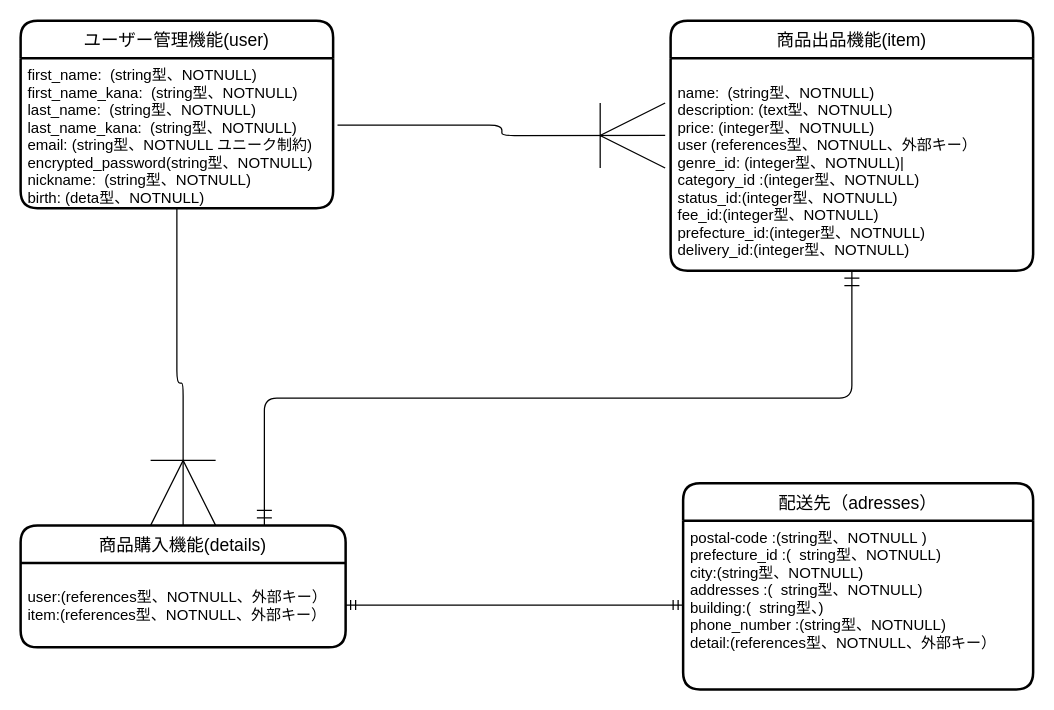
Earlier version of the draw.io diagram furima.dio (yoshiocamp/furima-40747). Source tidied: cells renumbered, new cells numbered last; positions are measured from the earlier drawing's top-left corner, leaving out a move shared by most shapes. Both pictures are drawn from the tidied source at 125%, with x=0, y=0 at pixel (20, 20).
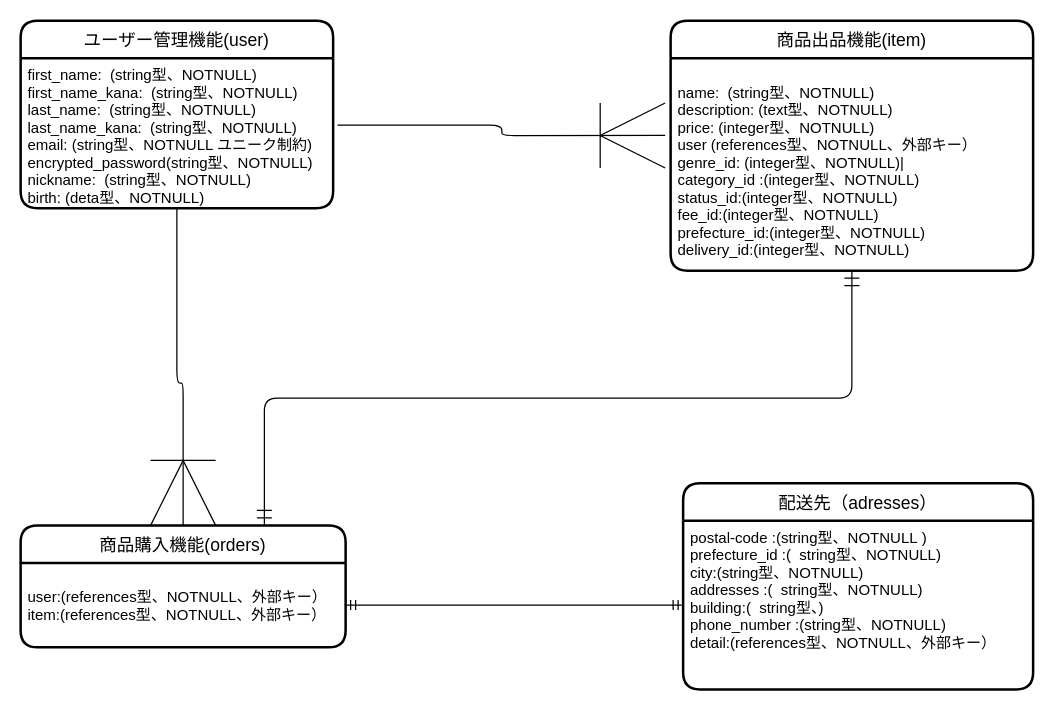
The same page after the edit.

Change to the diagram source:
```diff
@@
 <mxGraphModel>
   <root>
     <mxCell id="0" />
     <mxCell id="1" parent="0" />
     <mxCell id="2" value="ユーザー管理機能(user)" style="swimlane;horizontal=1;startSize=30;rounded=1;fontSize=14;fontStyle=0;strokeWidth=2;shadow=0;dashed=0;align=center;" parent="1" vertex="1">
       <mxGeometry width="250" height="150" as="geometry" />
     </mxCell>
     <mxCell id="3" value="first_name:  (string型、NOTNULL)&#10;first_name_kana:  (string型、NOTNULL)&#10;last_name:  (string型、NOTNULL)&#10;last_name_kana:  (string型、NOTNULL)&#10;email: (string型、NOTNULL ユニーク制約)&#10;encrypted_password(string型、NOTNULL)&#10;nickname:  (string型、NOTNULL)&#10;birth: (deta型、NOTNULL)&#10;" style="align=left;strokeColor=none;fillColor=none;spacingLeft=4;fontSize=12;verticalAlign=top;" parent="2" vertex="1">
       <mxGeometry y="30" width="250" height="120" as="geometry" />
     </mxCell>
-    <mxCell id="4" value="商品購入機能(details)" style="swimlane;horizontal=1;startSize=30;rounded=1;fontSize=14;fontStyle=0;strokeWidth=2;shadow=0;dashed=0;align=center;" parent="1" vertex="1">
+    <mxCell id="4" value="商品購入機能(orders)" style="swimlane;horizontal=1;startSize=30;rounded=1;fontSize=14;fontStyle=0;strokeWidth=2;shadow=0;dashed=0;align=center;" parent="1" vertex="1">
       <mxGeometry y="403.8" width="260" height="97.5" as="geometry" />
     </mxCell>
     <mxCell id="5" value="&#10;user:(references型、NOTNULL、外部キー）&#10;item:(references型、NOTNULL、外部キー）&#10;" style="align=left;strokeColor=none;fillColor=none;spacingLeft=4;fontSize=12;verticalAlign=top;" parent="4" vertex="1">
       <mxGeometry y="30" width="260" height="67.5" as="geometry" />
     </mxCell>
     <mxCell id="6" value="商品出品機能(item)" style="swimlane;horizontal=1;startSize=30;rounded=1;fontSize=14;fontStyle=0;strokeWidth=2;shadow=0;dashed=0;align=center;" parent="1" vertex="1">
       <mxGeometry x="520" width="290" height="200" as="geometry" />
     </mxCell>
     <mxCell id="7" value="&#10;name:  (string型、NOTNULL)&#10;description: (text型、NOTNULL)&#10;price: (integer型、NOTNULL)&#10;user (references型、NOTNULL、外部キー）&#10;genre_id: (integer型、NOTNULL)|&#10;category_id :(integer型、NOTNULL)&#10;status_id:(integer型、NOTNULL)&#10;fee_id:(integer型、NOTNULL)&#10;prefecture_id:(integer型、NOTNULL)&#10;delivery_id:(integer型、NOTNULL)" style="align=left;strokeColor=none;fillColor=none;spacingLeft=4;fontSize=12;verticalAlign=top;" parent="6" vertex="1">
       <mxGeometry y="30" width="290" height="170" as="geometry" />
     </mxCell>
     <mxCell id="8" style="edgeStyle=orthogonalEdgeStyle;fontSize=12;html=1;endArrow=ERoneToMany;exitX=1.014;exitY=0.447;exitDx=0;exitDy=0;exitPerimeter=0;endSize=50;startSize=10;targetPerimeterSpacing=0;sourcePerimeterSpacing=0;jumpSize=5;jumpStyle=none;entryX=-0.015;entryY=0.364;entryDx=0;entryDy=0;entryPerimeter=0;" parent="1" edge="1" source="3" target="7">
       <mxGeometry relative="1" as="geometry" />
     </mxCell>
     <mxCell id="9" style="edgeStyle=orthogonalEdgeStyle;fontSize=12;html=1;endArrow=ERoneToMany;startSize=10;endSize=50;sourcePerimeterSpacing=0;targetPerimeterSpacing=0;jumpStyle=none;jumpSize=5;exitX=0.5;exitY=1;exitDx=0;exitDy=0;entryX=0.5;entryY=0;entryDx=0;entryDy=0;" parent="1" edge="1" source="3" target="4">
       <mxGeometry relative="1" as="geometry">
         <Array as="points">
           <mxPoint x="125" y="290" />
           <mxPoint x="130" y="290" />
         </Array>
       </mxGeometry>
     </mxCell>
     <mxCell id="10" style="fontSize=12;html=1;endArrow=ERmandOne;startArrow=ERmandOne;startSize=10;endSize=10;sourcePerimeterSpacing=0;targetPerimeterSpacing=0;jumpStyle=none;jumpSize=5;entryX=0.5;entryY=1;entryDx=0;entryDy=0;exitX=0.75;exitY=0;exitDx=0;exitDy=0;edgeStyle=orthogonalEdgeStyle;" parent="1" edge="1" source="4" target="7">
       <mxGeometry relative="1" as="geometry" />
     </mxCell>
     <mxCell id="11" value="配送先（adresses）" style="swimlane;horizontal=1;startSize=30;rounded=1;fontSize=14;fontStyle=0;strokeWidth=2;shadow=0;dashed=0;align=center;" parent="1" vertex="1">
       <mxGeometry x="530" y="370" width="280" height="165" as="geometry" />
     </mxCell>
     <mxCell id="12" value="postal-code :(string型、NOTNULL ) &#10;prefecture_id :(  string型、NOTNULL) &#10;city:(string型、NOTNULL) &#10;addresses :(  string型、NOTNULL)&#10;building:(  string型、)           &#10;phone_number :(string型、NOTNULL)&#10;detail:(references型、NOTNULL、外部キー）&#10;&#10;" style="align=left;strokeColor=none;fillColor=none;spacingLeft=4;fontSize=12;verticalAlign=top;" parent="11" vertex="1">
       <mxGeometry y="30" width="280" height="135" as="geometry" />
     </mxCell>
     <mxCell id="13" style="edgeStyle=entityRelationEdgeStyle;fontSize=12;html=1;endArrow=ERmandOne;startArrow=ERmandOne;entryX=0;entryY=0.5;entryDx=0;entryDy=0;exitX=1;exitY=0.5;exitDx=0;exitDy=0;" parent="1" edge="1" source="5" target="12">
       <mxGeometry relative="1" as="geometry" />
     </mxCell>
   </root>
 </mxGraphModel>
```
